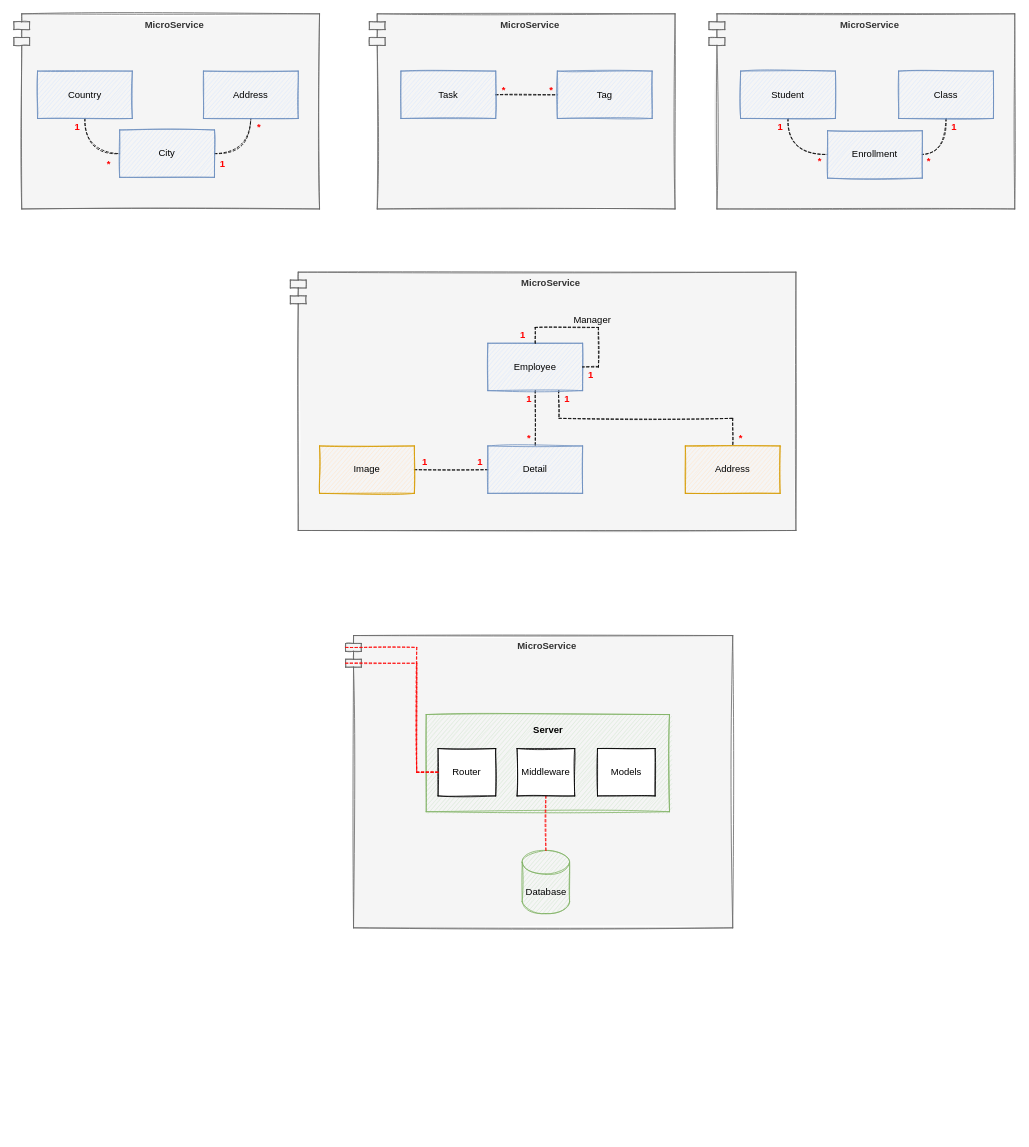
This is page "Page-2" (2 of 2) of Diagram.drawio from aarmiti/AMEX, a draw.io file, before an edit. Source tidied: cells renumbered, new cells numbered last; positions are measured from the earlier drawing's top-left corner, leaving out a move shared by most shapes. Both pictures are drawn from the tidied source at 79%, with x=0, y=0 at pixel (13, 13).
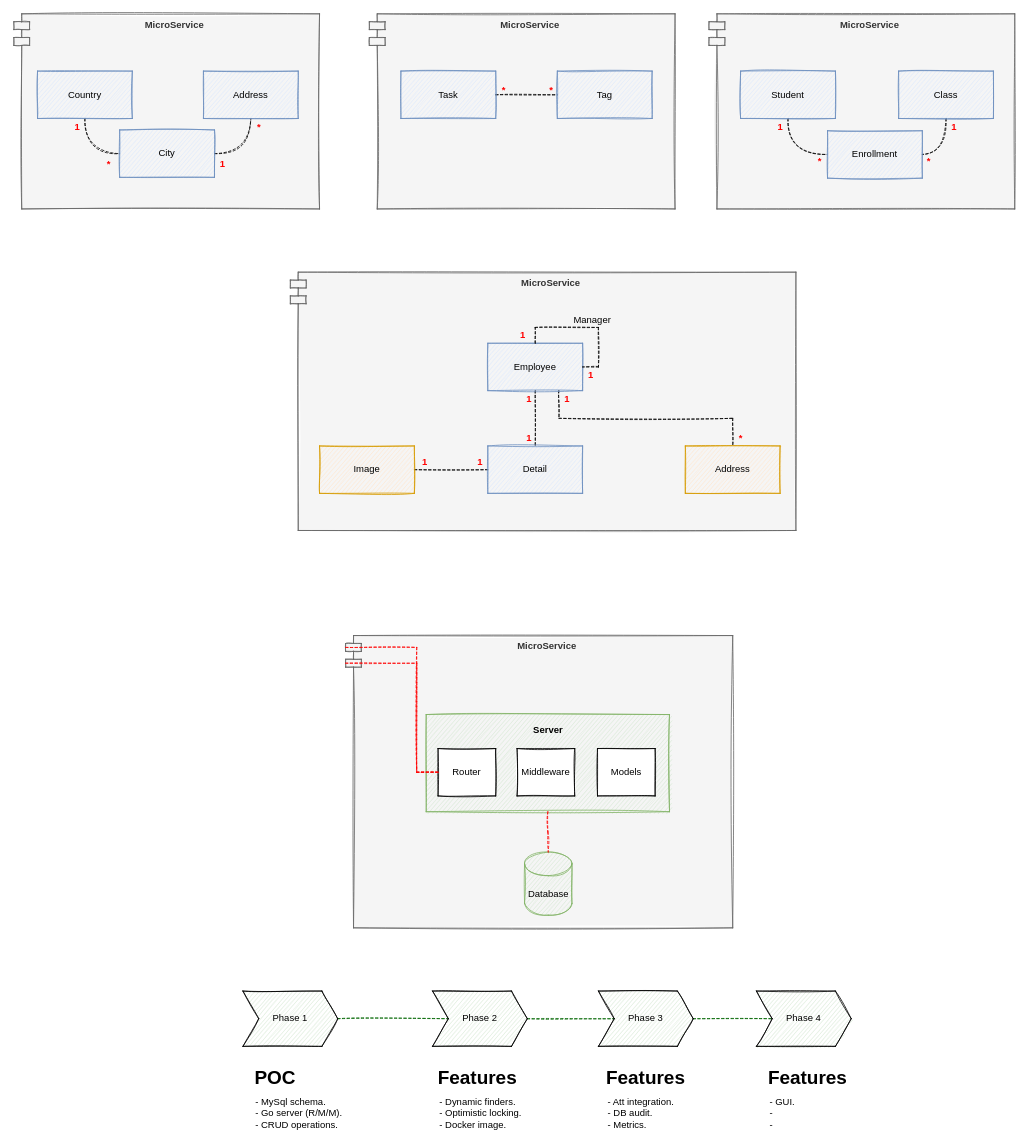
The same diagram, later.

Unchanged cells that the change refers to:
```xml
<mxCell id="48" style="rounded=0;whiteSpace=wrap;html=1;shadow=0;glass=0;labelBackgroundColor=none;sketch=1;fontSize=12;align=center;fillColor=#d5e8d4;strokeColor=#82b366;" parent="1" vertex="1">
  <mxGeometry x="522" y="887" width="308" height="123" as="geometry" />
</mxCell>
<mxCell id="51" value="&lt;font color=&quot;#000000&quot;&gt;Middleware&lt;/font&gt;" style="rounded=0;whiteSpace=wrap;html=1;shadow=0;glass=0;labelBackgroundColor=none;sketch=1;fontSize=12;align=center;" parent="1" vertex="1">
  <mxGeometry x="637" y="930" width="73" height="60" as="geometry" />
</mxCell>
```

Diff of the diagram source:
```diff
@@
-    <mxCell id="41" value="*" style="text;html=1;align=center;verticalAlign=middle;fontColor=#FF0000;fontStyle=1;" parent="1" vertex="1">
+    <mxCell id="41" value="1" style="text;html=1;align=center;verticalAlign=middle;fontColor=#FF0000;fontStyle=1;" parent="1" vertex="1">
       <mxGeometry x="642" y="527" width="20" height="20" as="geometry" />
     </mxCell>
@@
     <mxCell id="47" value="&lt;font color=&quot;#000000&quot;&gt;Database&lt;/font&gt;" style="shape=cylinder3;whiteSpace=wrap;html=1;boundedLbl=1;backgroundOutline=1;size=15;rounded=0;shadow=0;glass=0;labelBackgroundColor=none;sketch=1;fontSize=12;align=center;fillColor=#d5e8d4;strokeColor=#82b366;" parent="1" vertex="1">
-      <mxGeometry x="643.5" y="1059" width="60" height="80" as="geometry" />
+      <mxGeometry x="646.5" y="1061" width="60" height="80" as="geometry" />
     </mxCell>
@@
-    <mxCell id="50" style="edgeStyle=orthogonalEdgeStyle;rounded=0;sketch=1;jettySize=auto;html=1;exitX=0.5;exitY=1;exitDx=0;exitDy=0;entryX=0.5;entryY=0;entryDx=0;entryDy=0;entryPerimeter=0;dashed=1;startArrow=none;startFill=0;endArrow=none;endFill=0;strokeColor=#FF0000;fontSize=12;fontColor=#FF0000;" parent="1" edge="1" source="51" target="47">
+    <mxCell id="50" style="edgeStyle=orthogonalEdgeStyle;rounded=0;sketch=1;jettySize=auto;html=1;entryX=0.5;entryY=0;entryDx=0;entryDy=0;entryPerimeter=0;dashed=1;startArrow=none;startFill=0;endArrow=none;endFill=0;strokeColor=#FF0000;fontSize=12;fontColor=#FF0000;exitX=0.5;exitY=1;exitDx=0;exitDy=0;" parent="1" edge="1" source="48" target="47">
       <mxGeometry relative="1" as="geometry" />
     </mxCell>
@@
+    <mxCell id="57" style="edgeStyle=orthogonalEdgeStyle;rounded=0;sketch=1;jettySize=auto;html=1;entryX=0;entryY=0.5;entryDx=0;entryDy=0;dashed=1;startArrow=none;startFill=0;endArrow=none;endFill=0;fontSize=12;fontColor=#000000;strokeColor=#006600;" parent="1" edge="1" source="58" target="60">
+      <mxGeometry relative="1" as="geometry" />
+    </mxCell>
+    <mxCell id="58" value="Phase 1" style="shape=step;perimeter=stepPerimeter;whiteSpace=wrap;html=1;fixedSize=1;rounded=0;shadow=0;glass=0;labelBackgroundColor=none;sketch=1;strokeColor=#000000;fillColor=#D5E8D4;gradientColor=none;fontSize=12;fontColor=#000000;align=center;" parent="1" vertex="1">
+      <mxGeometry x="290" y="1237" width="120" height="70" as="geometry" />
+    </mxCell>
+    <mxCell id="59" style="edgeStyle=orthogonalEdgeStyle;rounded=0;sketch=1;jettySize=auto;html=1;entryX=0;entryY=0.5;entryDx=0;entryDy=0;dashed=1;startArrow=none;startFill=0;endArrow=none;endFill=0;strokeColor=#006600;fontSize=12;fontColor=#000000;" parent="1" edge="1" source="60" target="62">
+      <mxGeometry relative="1" as="geometry" />
+    </mxCell>
+    <mxCell id="60" value="Phase 2" style="shape=step;perimeter=stepPerimeter;whiteSpace=wrap;html=1;fixedSize=1;rounded=0;shadow=0;glass=0;labelBackgroundColor=none;sketch=1;strokeColor=#000000;fillColor=#D5E8D4;gradientColor=none;fontSize=12;fontColor=#000000;align=center;" parent="1" vertex="1">
+      <mxGeometry x="530" y="1237" width="120" height="70" as="geometry" />
+    </mxCell>
+    <mxCell id="61" style="edgeStyle=orthogonalEdgeStyle;rounded=0;sketch=1;jettySize=auto;html=1;entryX=0;entryY=0.5;entryDx=0;entryDy=0;dashed=1;startArrow=none;startFill=0;endArrow=none;endFill=0;strokeColor=#006600;fontSize=12;fontColor=#000000;" parent="1" edge="1" source="62" target="63">
+      <mxGeometry relative="1" as="geometry" />
+    </mxCell>
+    <mxCell id="62" value="Phase 3" style="shape=step;perimeter=stepPerimeter;whiteSpace=wrap;html=1;fixedSize=1;rounded=0;shadow=0;glass=0;labelBackgroundColor=none;sketch=1;strokeColor=#000000;fillColor=#D5E8D4;gradientColor=none;fontSize=12;fontColor=#000000;align=center;" parent="1" vertex="1">
+      <mxGeometry x="740" y="1237" width="120" height="70" as="geometry" />
+    </mxCell>
+    <mxCell id="63" value="Phase 4" style="shape=step;perimeter=stepPerimeter;whiteSpace=wrap;html=1;fixedSize=1;rounded=0;shadow=0;glass=0;labelBackgroundColor=none;sketch=1;strokeColor=#000000;fillColor=#D5E8D4;gradientColor=none;fontSize=12;fontColor=#000000;align=center;" parent="1" vertex="1">
+      <mxGeometry x="940" y="1237" width="120" height="70" as="geometry" />
+    </mxCell>
+    <mxCell id="64" value="&lt;h1&gt;Features&lt;br&gt;&lt;/h1&gt;&lt;p&gt;&lt;br&gt;&lt;/p&gt;" style="text;html=1;strokeColor=none;fillColor=none;spacing=5;spacingTop=-20;whiteSpace=wrap;overflow=hidden;rounded=0;shadow=0;glass=0;labelBackgroundColor=none;sketch=1;fontSize=12;fontColor=#000000;align=left;" parent="1" vertex="1">
+      <mxGeometry x="532" y="1327" width="190" height="40" as="geometry" />
+    </mxCell>
+    <mxCell id="65" value="&lt;h1&gt;POC&lt;br&gt;&lt;/h1&gt;&lt;p&gt;&lt;br&gt;&lt;/p&gt;" style="text;html=1;strokeColor=none;fillColor=none;spacing=5;spacingTop=-20;whiteSpace=wrap;overflow=hidden;rounded=0;shadow=0;glass=0;labelBackgroundColor=none;sketch=1;fontSize=12;fontColor=#000000;align=left;" parent="1" vertex="1">
+      <mxGeometry x="300" y="1327" width="190" height="40" as="geometry" />
+    </mxCell>
+    <mxCell id="66" value="- MySql schema.&lt;br&gt;- Go server (R/M/M).&lt;br&gt;- CRUD operations." style="text;html=1;align=left;verticalAlign=middle;fontSize=12;fontColor=#000000;" parent="1" vertex="1">
+      <mxGeometry x="304" y="1367" width="130" height="50" as="geometry" />
+    </mxCell>
+    <mxCell id="67" value="- Dynamic finders.&lt;br&gt;- Optimistic locking.&lt;br&gt;- Docker image." style="text;html=1;align=left;verticalAlign=middle;fontSize=12;fontColor=#000000;" parent="1" vertex="1">
+      <mxGeometry x="537" y="1367" width="120" height="50" as="geometry" />
+    </mxCell>
+    <mxCell id="68" value="&lt;h1&gt;Features&lt;br&gt;&lt;/h1&gt;&lt;p&gt;&lt;br&gt;&lt;/p&gt;" style="text;html=1;strokeColor=none;fillColor=none;spacing=5;spacingTop=-20;whiteSpace=wrap;overflow=hidden;rounded=0;shadow=0;glass=0;labelBackgroundColor=none;sketch=1;fontSize=12;fontColor=#000000;align=left;" parent="1" vertex="1">
+      <mxGeometry x="745" y="1327" width="190" height="40" as="geometry" />
+    </mxCell>
+    <mxCell id="69" value="- Att integration.&lt;br&gt;- DB audit.&lt;br&gt;- Metrics." style="text;html=1;align=left;verticalAlign=middle;fontSize=12;fontColor=#000000;" parent="1" vertex="1">
+      <mxGeometry x="750" y="1367" width="100" height="50" as="geometry" />
+    </mxCell>
+    <mxCell id="70" value="&lt;h1&gt;Features&lt;br&gt;&lt;/h1&gt;&lt;p&gt;&lt;br&gt;&lt;/p&gt;" style="text;html=1;strokeColor=none;fillColor=none;spacing=5;spacingTop=-20;whiteSpace=wrap;overflow=hidden;rounded=0;shadow=0;glass=0;labelBackgroundColor=none;sketch=1;fontSize=12;fontColor=#000000;align=left;" parent="1" vertex="1">
+      <mxGeometry x="950" y="1327" width="190" height="40" as="geometry" />
+    </mxCell>
+    <mxCell id="71" value="- GUI.&lt;br&gt;-&amp;nbsp;&lt;br&gt;-" style="text;html=1;align=left;verticalAlign=middle;fontSize=12;fontColor=#000000;" parent="1" vertex="1">
+      <mxGeometry x="955" y="1367" width="50" height="50" as="geometry" />
+    </mxCell>
```
